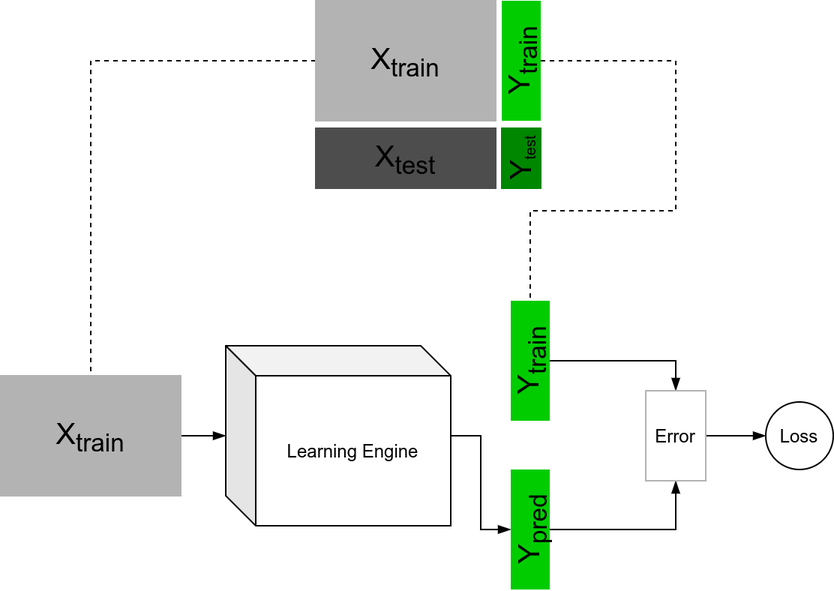
Before: presentation/part0/figures/ml_1_train.png, a diagram exported from draw.io (abhijat01/deepnn4se). Source tidied: cells renumbered, new cells last; positions are measured from the earlier drawing's top-left corner, leaving out a move shared by most shapes. Source of this version:
```xml
<mxGraphModel>
  <root>
    <mxCell id="0" />
    <mxCell id="1" parent="0" />
    <mxCell id="2" style="edgeStyle=orthogonalEdgeStyle;rounded=0;jettySize=auto;html=1;exitX=0;exitY=0.5;exitDx=0;exitDy=0;entryX=0.5;entryY=0;entryDx=0;entryDy=0;endArrow=none;endFill=0;dashed=1;" parent="1" edge="1" source="3" target="11">
      <mxGeometry relative="1" as="geometry" />
    </mxCell>
    <mxCell id="3" value="&lt;font style=&quot;font-size: 20px&quot;&gt;X&lt;sub&gt;train&lt;/sub&gt;&lt;/font&gt;" style="rounded=0;whiteSpace=wrap;html=1;fillColor=#B3B3B3;strokeColor=#B3B3B3;" parent="1" vertex="1">
      <mxGeometry x="210" width="120" height="80" as="geometry" />
    </mxCell>
    <mxCell id="4" value="&lt;font style=&quot;font-size: 20px&quot;&gt;X&lt;sub&gt;test&lt;/sub&gt;&lt;/font&gt;" style="rounded=0;whiteSpace=wrap;html=1;fillColor=#4D4D4D;strokeColor=#4D4D4D;" parent="1" vertex="1">
      <mxGeometry x="210" y="85" width="120" height="40" as="geometry" />
    </mxCell>
    <mxCell id="5" style="edgeStyle=orthogonalEdgeStyle;rounded=0;jettySize=auto;html=1;entryX=0.5;entryY=0;entryDx=0;entryDy=0;dashed=1;endArrow=none;endFill=0;" parent="1" edge="1" source="6" target="15">
      <mxGeometry relative="1" as="geometry">
        <Array as="points">
          <mxPoint x="450" y="40" />
          <mxPoint x="450" y="140" />
          <mxPoint x="353" y="140" />
        </Array>
      </mxGeometry>
    </mxCell>
    <mxCell id="6" value="&lt;font style=&quot;font-size: 20px&quot;&gt;Y&lt;sub&gt;train&lt;/sub&gt;&lt;/font&gt;" style="rounded=0;whiteSpace=wrap;html=1;fillColor=#00CC00;strokeColor=none;horizontal=0;" parent="1" vertex="1">
      <mxGeometry x="334" width="26" height="80" as="geometry" />
    </mxCell>
    <mxCell id="7" value="&lt;font style=&quot;font-size: 20px&quot;&gt;Y&lt;/font&gt;&lt;sub&gt;test&lt;/sub&gt;" style="rounded=0;whiteSpace=wrap;html=1;fillColor=#008700;strokeColor=#008700;horizontal=0;" parent="1" vertex="1">
      <mxGeometry x="334" y="85" width="26" height="40" as="geometry" />
    </mxCell>
    <mxCell id="8" style="edgeStyle=orthogonalEdgeStyle;rounded=0;jettySize=auto;html=1;entryX=0;entryY=0.5;entryDx=0;entryDy=0;endArrow=blockThin;endFill=1;" parent="1" edge="1" source="9" target="13">
      <mxGeometry relative="1" as="geometry" />
    </mxCell>
    <mxCell id="9" value="Learning Engine" style="shape=cube;whiteSpace=wrap;html=1;boundedLbl=1;backgroundOutline=1;darkOpacity=0.05;darkOpacity2=0.1;fillColor=none;" parent="1" vertex="1">
      <mxGeometry x="150" y="230" width="150" height="120" as="geometry" />
    </mxCell>
    <mxCell id="10" style="edgeStyle=orthogonalEdgeStyle;rounded=0;jettySize=auto;html=1;endArrow=blockThin;endFill=1;" parent="1" edge="1" source="11" target="9">
      <mxGeometry relative="1" as="geometry" />
    </mxCell>
    <mxCell id="11" value="&lt;font style=&quot;font-size: 20px&quot;&gt;X&lt;sub&gt;train&lt;/sub&gt;&lt;/font&gt;" style="rounded=0;whiteSpace=wrap;html=1;fillColor=#B3B3B3;strokeColor=#B3B3B3;" parent="1" vertex="1">
      <mxGeometry y="250" width="120" height="80" as="geometry" />
    </mxCell>
    <mxCell id="12" style="edgeStyle=orthogonalEdgeStyle;rounded=0;jettySize=auto;html=1;exitX=1;exitY=0.5;exitDx=0;exitDy=0;entryX=0.5;entryY=1;entryDx=0;entryDy=0;endArrow=blockThin;endFill=1;" parent="1" edge="1" source="13" target="17">
      <mxGeometry relative="1" as="geometry" />
    </mxCell>
    <mxCell id="13" value="&lt;font style=&quot;font-size: 20px&quot;&gt;Y&lt;sub&gt;pred&lt;/sub&gt;&lt;/font&gt;" style="rounded=0;whiteSpace=wrap;html=1;fillColor=#00CC00;strokeColor=none;horizontal=0;" parent="1" vertex="1">
      <mxGeometry x="340" y="312.5" width="26" height="80" as="geometry" />
    </mxCell>
    <mxCell id="14" style="edgeStyle=orthogonalEdgeStyle;rounded=0;jettySize=auto;html=1;entryX=0.5;entryY=0;entryDx=0;entryDy=0;endArrow=blockThin;endFill=1;" parent="1" edge="1" source="15" target="17">
      <mxGeometry relative="1" as="geometry" />
    </mxCell>
    <mxCell id="15" value="&lt;font style=&quot;font-size: 20px&quot;&gt;Y&lt;sub&gt;train&lt;/sub&gt;&lt;/font&gt;" style="rounded=0;whiteSpace=wrap;html=1;fillColor=#00CC00;strokeColor=none;horizontal=0;" parent="1" vertex="1">
      <mxGeometry x="340" y="200" width="26" height="80" as="geometry" />
    </mxCell>
    <mxCell id="16" style="edgeStyle=orthogonalEdgeStyle;rounded=0;jettySize=auto;html=1;endArrow=blockThin;endFill=1;" parent="1" edge="1" source="17">
      <mxGeometry relative="1" as="geometry">
        <mxPoint x="510" y="290" as="targetPoint" />
      </mxGeometry>
    </mxCell>
    <mxCell id="17" value="Error" style="rounded=0;whiteSpace=wrap;html=1;strokeColor=#B3B3B3;fillColor=none;" parent="1" vertex="1">
      <mxGeometry x="430" y="260" width="40" height="60" as="geometry" />
    </mxCell>
    <mxCell id="18" value="Loss" style="ellipse;whiteSpace=wrap;html=1;strokeColor=#000000;fillColor=none;" parent="1" vertex="1">
      <mxGeometry x="510" y="267.5" width="45" height="45" as="geometry" />
    </mxCell>
  </root>
</mxGraphModel>
```
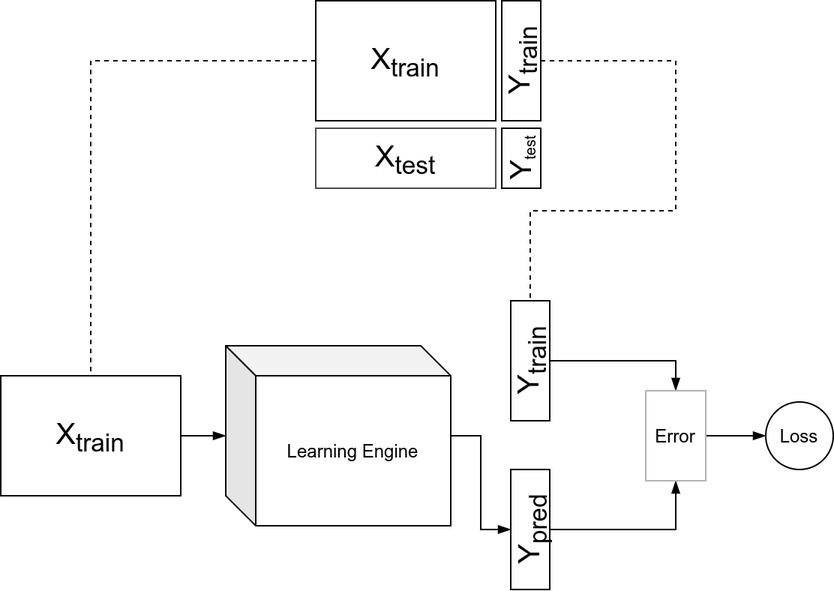
Above is the later version.

The edit, as a diff of the source:
```diff
@@ -5,10 +5,10 @@
     <mxCell id="2" style="edgeStyle=orthogonalEdgeStyle;rounded=0;jettySize=auto;html=1;exitX=0;exitY=0.5;exitDx=0;exitDy=0;entryX=0.5;entryY=0;entryDx=0;entryDy=0;endArrow=none;endFill=0;dashed=1;" parent="1" edge="1" source="3" target="11">
       <mxGeometry relative="1" as="geometry" />
     </mxCell>
-    <mxCell id="3" value="&lt;font style=&quot;font-size: 20px&quot;&gt;X&lt;sub&gt;train&lt;/sub&gt;&lt;/font&gt;" style="rounded=0;whiteSpace=wrap;html=1;fillColor=#B3B3B3;strokeColor=#B3B3B3;" parent="1" vertex="1">
+    <mxCell id="3" value="&lt;font style=&quot;font-size: 20px&quot;&gt;X&lt;sub&gt;train&lt;/sub&gt;&lt;/font&gt;" style="rounded=0;whiteSpace=wrap;html=1;fillColor=none;" parent="1" vertex="1">
       <mxGeometry x="210" width="120" height="80" as="geometry" />
     </mxCell>
-    <mxCell id="4" value="&lt;font style=&quot;font-size: 20px&quot;&gt;X&lt;sub&gt;test&lt;/sub&gt;&lt;/font&gt;" style="rounded=0;whiteSpace=wrap;html=1;fillColor=#4D4D4D;strokeColor=#4D4D4D;" parent="1" vertex="1">
+    <mxCell id="4" value="&lt;font style=&quot;font-size: 20px&quot;&gt;X&lt;sub&gt;test&lt;/sub&gt;&lt;/font&gt;" style="rounded=0;whiteSpace=wrap;html=1;strokeColor=#4D4D4D;fillColor=none;" parent="1" vertex="1">
       <mxGeometry x="210" y="85" width="120" height="40" as="geometry" />
     </mxCell>
     <mxCell id="5" style="edgeStyle=orthogonalEdgeStyle;rounded=0;jettySize=auto;html=1;entryX=0.5;entryY=0;entryDx=0;entryDy=0;dashed=1;endArrow=none;endFill=0;" parent="1" edge="1" source="6" target="15">
@@ -20,10 +20,10 @@
         </Array>
       </mxGeometry>
     </mxCell>
-    <mxCell id="6" value="&lt;font style=&quot;font-size: 20px&quot;&gt;Y&lt;sub&gt;train&lt;/sub&gt;&lt;/font&gt;" style="rounded=0;whiteSpace=wrap;html=1;fillColor=#00CC00;strokeColor=none;horizontal=0;" parent="1" vertex="1">
+    <mxCell id="6" value="&lt;font style=&quot;font-size: 20px&quot;&gt;Y&lt;sub&gt;train&lt;/sub&gt;&lt;/font&gt;" style="rounded=0;whiteSpace=wrap;html=1;horizontal=0;fillColor=none;" parent="1" vertex="1">
       <mxGeometry x="334" width="26" height="80" as="geometry" />
     </mxCell>
-    <mxCell id="7" value="&lt;font style=&quot;font-size: 20px&quot;&gt;Y&lt;/font&gt;&lt;sub&gt;test&lt;/sub&gt;" style="rounded=0;whiteSpace=wrap;html=1;fillColor=#008700;strokeColor=#008700;horizontal=0;" parent="1" vertex="1">
+    <mxCell id="7" value="&lt;font style=&quot;font-size: 20px&quot;&gt;Y&lt;/font&gt;&lt;sub&gt;test&lt;/sub&gt;" style="rounded=0;whiteSpace=wrap;html=1;horizontal=0;fillColor=none;" parent="1" vertex="1">
       <mxGeometry x="334" y="85" width="26" height="40" as="geometry" />
     </mxCell>
     <mxCell id="8" style="edgeStyle=orthogonalEdgeStyle;rounded=0;jettySize=auto;html=1;entryX=0;entryY=0.5;entryDx=0;entryDy=0;endArrow=blockThin;endFill=1;" parent="1" edge="1" source="9" target="13">
@@ -35,19 +35,19 @@
     <mxCell id="10" style="edgeStyle=orthogonalEdgeStyle;rounded=0;jettySize=auto;html=1;endArrow=blockThin;endFill=1;" parent="1" edge="1" source="11" target="9">
       <mxGeometry relative="1" as="geometry" />
     </mxCell>
-    <mxCell id="11" value="&lt;font style=&quot;font-size: 20px&quot;&gt;X&lt;sub&gt;train&lt;/sub&gt;&lt;/font&gt;" style="rounded=0;whiteSpace=wrap;html=1;fillColor=#B3B3B3;strokeColor=#B3B3B3;" parent="1" vertex="1">
+    <mxCell id="11" value="&lt;font style=&quot;font-size: 20px&quot;&gt;X&lt;sub&gt;train&lt;/sub&gt;&lt;/font&gt;" style="rounded=0;whiteSpace=wrap;html=1;fillColor=none;" parent="1" vertex="1">
       <mxGeometry y="250" width="120" height="80" as="geometry" />
     </mxCell>
     <mxCell id="12" style="edgeStyle=orthogonalEdgeStyle;rounded=0;jettySize=auto;html=1;exitX=1;exitY=0.5;exitDx=0;exitDy=0;entryX=0.5;entryY=1;entryDx=0;entryDy=0;endArrow=blockThin;endFill=1;" parent="1" edge="1" source="13" target="17">
       <mxGeometry relative="1" as="geometry" />
     </mxCell>
-    <mxCell id="13" value="&lt;font style=&quot;font-size: 20px&quot;&gt;Y&lt;sub&gt;pred&lt;/sub&gt;&lt;/font&gt;" style="rounded=0;whiteSpace=wrap;html=1;fillColor=#00CC00;strokeColor=none;horizontal=0;" parent="1" vertex="1">
+    <mxCell id="13" value="&lt;font style=&quot;font-size: 20px&quot;&gt;Y&lt;sub&gt;pred&lt;/sub&gt;&lt;/font&gt;" style="rounded=0;whiteSpace=wrap;html=1;horizontal=0;fillColor=none;" parent="1" vertex="1">
       <mxGeometry x="340" y="312.5" width="26" height="80" as="geometry" />
     </mxCell>
     <mxCell id="14" style="edgeStyle=orthogonalEdgeStyle;rounded=0;jettySize=auto;html=1;entryX=0.5;entryY=0;entryDx=0;entryDy=0;endArrow=blockThin;endFill=1;" parent="1" edge="1" source="15" target="17">
       <mxGeometry relative="1" as="geometry" />
     </mxCell>
-    <mxCell id="15" value="&lt;font style=&quot;font-size: 20px&quot;&gt;Y&lt;sub&gt;train&lt;/sub&gt;&lt;/font&gt;" style="rounded=0;whiteSpace=wrap;html=1;fillColor=#00CC00;strokeColor=none;horizontal=0;" parent="1" vertex="1">
+    <mxCell id="15" value="&lt;font style=&quot;font-size: 20px&quot;&gt;Y&lt;sub&gt;train&lt;/sub&gt;&lt;/font&gt;" style="rounded=0;whiteSpace=wrap;html=1;horizontal=0;fillColor=none;" parent="1" vertex="1">
       <mxGeometry x="340" y="200" width="26" height="80" as="geometry" />
     </mxCell>
     <mxCell id="16" style="edgeStyle=orthogonalEdgeStyle;rounded=0;jettySize=auto;html=1;endArrow=blockThin;endFill=1;" parent="1" edge="1" source="17">
```
